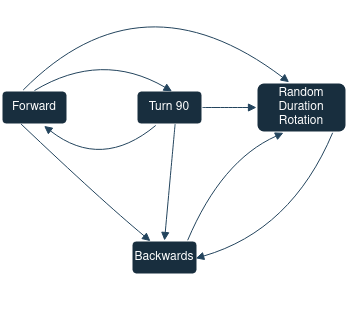
This is resources/imgs/fms.drawio.png from ioana-pasca/robotica_movil, a draw.io export, as it was before one commit. Source tidied: cells renumbered, new cells last; positions are measured from the earlier drawing's top-left corner, leaving out a move shared by most shapes.
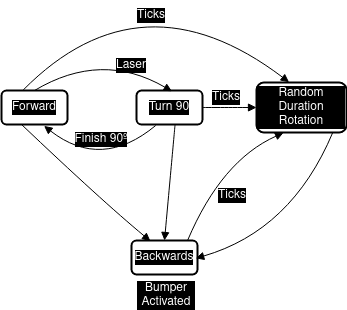
Later version of the same file.

The edit, as a diff of the source:
```diff
@@ -2,82 +2,82 @@
   <root>
     <mxCell id="0" />
     <mxCell id="1" parent="0" />
-    <mxCell id="2" value="Forward" style="whiteSpace=wrap;strokeWidth=2;rounded=1;labelBackgroundColor=none;fillColor=#182E3E;strokeColor=#FFFFFF;fontColor=#FFFFFF;" parent="1" vertex="1">
+    <mxCell id="2" value="Forward" style="whiteSpace=wrap;strokeWidth=2;rounded=1;labelBackgroundColor=#000000;labelBorderColor=none;fontColor=#FFFFFF;" parent="1" vertex="1">
       <mxGeometry y="120" width="66" height="34" as="geometry" />
     </mxCell>
-    <mxCell id="3" value="Backwards" style="whiteSpace=wrap;strokeWidth=2;rounded=1;labelBackgroundColor=none;fillColor=#182E3E;strokeColor=#FFFFFF;fontColor=#FFFFFF;" parent="1" vertex="1">
+    <mxCell id="3" value="Backwards" style="whiteSpace=wrap;strokeWidth=2;rounded=1;labelBackgroundColor=#000000;labelBorderColor=none;fontColor=#FFFFFF;" parent="1" vertex="1">
       <mxGeometry x="130" y="270" width="66" height="34" as="geometry" />
     </mxCell>
-    <mxCell id="4" value="Turn 90" style="whiteSpace=wrap;strokeWidth=2;rounded=1;labelBackgroundColor=none;fillColor=#182E3E;strokeColor=#FFFFFF;fontColor=#FFFFFF;" parent="1" vertex="1">
+    <mxCell id="4" value="Turn 90" style="whiteSpace=wrap;strokeWidth=2;rounded=1;labelBackgroundColor=#000000;labelBorderColor=none;fontColor=#FFFFFF;" parent="1" vertex="1">
       <mxGeometry x="135" y="120" width="66" height="34" as="geometry" />
     </mxCell>
-    <mxCell id="5" value="Random Duration Rotation" style="whiteSpace=wrap;strokeWidth=2;rounded=1;labelBackgroundColor=none;fillColor=#182E3E;strokeColor=#FFFFFF;fontColor=#FFFFFF;" parent="1" vertex="1">
+    <mxCell id="5" value="Random Duration Rotation" style="whiteSpace=wrap;strokeWidth=2;rounded=1;labelBackgroundColor=#000000;labelBorderColor=none;fontColor=#FFFFFF;" parent="1" vertex="1">
       <mxGeometry x="255" y="112" width="90" height="50" as="geometry" />
     </mxCell>
-    <mxCell id="6" style="curved=1;startArrow=none;endArrow=block;exitX=0.297;exitY=0.988;entryX=0.287;entryY=0.018;entryDx=0;entryDy=0;entryPerimeter=0;exitDx=0;exitDy=0;exitPerimeter=0;labelBackgroundColor=none;strokeColor=#23445D;fontColor=default;" parent="1" edge="1" source="2" target="3">
+    <mxCell id="6" style="curved=1;startArrow=none;endArrow=block;exitX=0.297;exitY=0.988;entryX=0.287;entryY=0.018;entryDx=0;entryDy=0;entryPerimeter=0;exitDx=0;exitDy=0;exitPerimeter=0;labelBackgroundColor=#000000;fontColor=#FFFFFF;labelBorderColor=none;" parent="1" edge="1" source="2" target="3">
       <mxGeometry relative="1" as="geometry">
         <Array as="points">
           <mxPoint x="100" y="230" />
         </Array>
       </mxGeometry>
     </mxCell>
-    <mxCell id="7" style="curved=1;startArrow=none;endArrow=block;exitX=0.5;exitY=0;entryX=0.538;entryY=0.023;exitDx=0;exitDy=0;entryDx=0;entryDy=0;entryPerimeter=0;fontStyle=1;labelBackgroundColor=none;strokeColor=#23445D;fontColor=default;" parent="1" edge="1" source="2" target="4">
+    <mxCell id="7" style="curved=1;startArrow=none;endArrow=block;exitX=0.5;exitY=0;entryX=0.538;entryY=0.023;exitDx=0;exitDy=0;entryDx=0;entryDy=0;entryPerimeter=0;fontStyle=1;labelBackgroundColor=#000000;fontColor=#FFFFFF;labelBorderColor=none;" parent="1" edge="1" source="2" target="4">
       <mxGeometry relative="1" as="geometry">
         <Array as="points">
           <mxPoint x="100" y="80" />
         </Array>
       </mxGeometry>
     </mxCell>
-    <mxCell id="8" value="Laser" style="text;html=1;strokeColor=none;fillColor=none;align=center;verticalAlign=middle;whiteSpace=wrap;rounded=0;labelBackgroundColor=none;fontColor=#FFFFFF;" parent="1" vertex="1">
+    <mxCell id="8" value="Laser" style="text;html=1;strokeColor=none;fillColor=none;align=center;verticalAlign=middle;whiteSpace=wrap;rounded=0;labelBackgroundColor=#000000;labelBorderColor=none;fontColor=#FFFFFF;" parent="1" vertex="1">
       <mxGeometry x="100" y="80" width="60" height="30" as="geometry" />
     </mxCell>
-    <mxCell id="9" style="curved=1;startArrow=none;endArrow=block;exitX=0.585;exitY=0.988;entryX=0.5;entryY=0;exitDx=0;exitDy=0;entryDx=0;entryDy=0;exitPerimeter=0;labelBackgroundColor=none;strokeColor=#23445D;fontColor=default;" parent="1" edge="1" source="4" target="3">
+    <mxCell id="9" style="curved=1;startArrow=none;endArrow=block;exitX=0.585;exitY=0.988;entryX=0.5;entryY=0;exitDx=0;exitDy=0;entryDx=0;entryDy=0;exitPerimeter=0;labelBackgroundColor=#000000;fontColor=#FFFFFF;labelBorderColor=none;" parent="1" edge="1" source="4" target="3">
       <mxGeometry relative="1" as="geometry" />
     </mxCell>
-    <mxCell id="10" style="curved=1;startArrow=none;endArrow=block;exitX=0.846;exitY=1.006;entryX=0.973;entryY=0.525;entryDx=0;entryDy=0;entryPerimeter=0;exitDx=0;exitDy=0;exitPerimeter=0;labelBackgroundColor=none;strokeColor=#23445D;fontColor=default;" parent="1" edge="1" source="5" target="3">
+    <mxCell id="10" style="curved=1;startArrow=none;endArrow=block;exitX=0.846;exitY=1.006;entryX=0.973;entryY=0.525;entryDx=0;entryDy=0;entryPerimeter=0;exitDx=0;exitDy=0;exitPerimeter=0;labelBackgroundColor=#000000;fontColor=#FFFFFF;labelBorderColor=none;" parent="1" edge="1" source="5" target="3">
       <mxGeometry relative="1" as="geometry">
         <Array as="points">
           <mxPoint x="290" y="260" />
         </Array>
       </mxGeometry>
     </mxCell>
-    <mxCell id="11" style="curved=1;startArrow=none;endArrow=block;exitX=0.291;exitY=1.029;entryX=0.645;entryY=1.042;exitDx=0;exitDy=0;entryDx=0;entryDy=0;exitPerimeter=0;entryPerimeter=0;labelBackgroundColor=none;strokeColor=#23445D;fontColor=default;" parent="1" edge="1" source="4" target="2">
+    <mxCell id="11" style="curved=1;startArrow=none;endArrow=block;exitX=0.291;exitY=1.029;entryX=0.645;entryY=1.042;exitDx=0;exitDy=0;entryDx=0;entryDy=0;exitPerimeter=0;entryPerimeter=0;labelBackgroundColor=#000000;fontColor=#FFFFFF;labelBorderColor=none;" parent="1" edge="1" source="4" target="2">
       <mxGeometry relative="1" as="geometry">
         <Array as="points">
           <mxPoint x="100" y="200" />
         </Array>
       </mxGeometry>
     </mxCell>
-    <mxCell id="12" value="Finish 90º" style="text;html=1;strokeColor=none;fillColor=none;align=center;verticalAlign=middle;whiteSpace=wrap;rounded=0;labelBackgroundColor=none;fontColor=#FFFFFF;" parent="1" vertex="1">
+    <mxCell id="12" value="Finish 90º" style="text;html=1;strokeColor=none;fillColor=none;align=center;verticalAlign=middle;whiteSpace=wrap;rounded=0;labelBackgroundColor=#000000;labelBorderColor=none;fontColor=#FFFFFF;" parent="1" vertex="1">
       <mxGeometry x="70" y="154" width="60" height="30" as="geometry" />
     </mxCell>
-    <mxCell id="13" value="Bumper Activated" style="text;html=1;strokeColor=none;fillColor=none;align=center;verticalAlign=middle;whiteSpace=wrap;rounded=0;labelBackgroundColor=none;fontColor=#FFFFFF;" parent="1" vertex="1">
+    <mxCell id="13" value="Bumper Activated" style="text;html=1;strokeColor=none;fillColor=none;align=center;verticalAlign=middle;whiteSpace=wrap;rounded=0;labelBackgroundColor=#000000;labelBorderColor=none;fontColor=#FFFFFF;" parent="1" vertex="1">
       <mxGeometry x="135" y="310" width="60" height="30" as="geometry" />
     </mxCell>
-    <mxCell id="14" style="curved=1;startArrow=none;endArrow=block;exitX=0.851;exitY=-0.007;entryX=0.3;entryY=1.006;exitDx=0;exitDy=0;entryDx=0;entryDy=0;exitPerimeter=0;entryPerimeter=0;labelBackgroundColor=none;strokeColor=#23445D;fontColor=default;" parent="1" edge="1" source="3" target="5">
+    <mxCell id="14" style="curved=1;startArrow=none;endArrow=block;exitX=0.851;exitY=-0.007;entryX=0.3;entryY=1.006;exitDx=0;exitDy=0;entryDx=0;entryDy=0;exitPerimeter=0;entryPerimeter=0;labelBackgroundColor=#000000;fontColor=#FFFFFF;labelBorderColor=none;" parent="1" edge="1" source="3" target="5">
       <mxGeometry relative="1" as="geometry">
         <Array as="points">
           <mxPoint x="220" y="190" />
         </Array>
       </mxGeometry>
     </mxCell>
-    <mxCell id="15" value="Ticks" style="text;html=1;strokeColor=none;fillColor=none;align=center;verticalAlign=middle;whiteSpace=wrap;rounded=0;labelBackgroundColor=none;fontColor=#FFFFFF;" parent="1" vertex="1">
+    <mxCell id="15" value="Ticks" style="text;html=1;strokeColor=none;fillColor=none;align=center;verticalAlign=middle;whiteSpace=wrap;rounded=0;labelBackgroundColor=#000000;labelBorderColor=none;fontColor=#FFFFFF;" parent="1" vertex="1">
       <mxGeometry x="201" y="210" width="60" height="30" as="geometry" />
     </mxCell>
-    <mxCell id="16" style="curved=1;startArrow=none;endArrow=block;exitX=0.329;exitY=-0.015;entryX=0.362;entryY=-0.006;exitDx=0;exitDy=0;entryDx=0;entryDy=0;exitPerimeter=0;entryPerimeter=0;labelBackgroundColor=none;strokeColor=#23445D;fontColor=default;" parent="1" edge="1" source="2" target="5">
+    <mxCell id="16" style="curved=1;startArrow=none;endArrow=block;exitX=0.329;exitY=-0.015;entryX=0.362;entryY=-0.006;exitDx=0;exitDy=0;entryDx=0;entryDy=0;exitPerimeter=0;entryPerimeter=0;labelBackgroundColor=#000000;fontColor=#FFFFFF;labelBorderColor=none;" parent="1" edge="1" source="2" target="5">
       <mxGeometry relative="1" as="geometry">
         <Array as="points">
           <mxPoint x="140" />
         </Array>
       </mxGeometry>
     </mxCell>
-    <mxCell id="17" value="Ticks" style="text;html=1;strokeColor=none;fillColor=none;align=center;verticalAlign=middle;whiteSpace=wrap;rounded=0;labelBackgroundColor=none;fontColor=#FFFFFF;" parent="1" vertex="1">
+    <mxCell id="17" value="Ticks" style="text;html=1;strokeColor=none;fillColor=none;align=center;verticalAlign=middle;whiteSpace=wrap;rounded=0;labelBackgroundColor=#000000;labelBorderColor=none;fontColor=#FFFFFF;" parent="1" vertex="1">
       <mxGeometry x="120" y="30" width="60" height="30" as="geometry" />
     </mxCell>
-    <mxCell id="18" style="curved=1;startArrow=none;endArrow=block;exitX=1;exitY=0.5;entryX=0;entryY=0.5;exitDx=0;exitDy=0;entryDx=0;entryDy=0;labelBackgroundColor=none;strokeColor=#23445D;fontColor=default;" parent="1" edge="1" source="4" target="5">
+    <mxCell id="18" style="curved=1;startArrow=none;endArrow=block;exitX=1;exitY=0.5;entryX=0;entryY=0.5;exitDx=0;exitDy=0;entryDx=0;entryDy=0;labelBackgroundColor=#000000;fontColor=#FFFFFF;labelBorderColor=none;" parent="1" edge="1" source="4" target="5">
       <mxGeometry relative="1" as="geometry" />
     </mxCell>
-    <mxCell id="19" value="Ticks" style="text;html=1;strokeColor=none;fillColor=none;align=center;verticalAlign=middle;whiteSpace=wrap;rounded=0;labelBackgroundColor=none;fontColor=#FFFFFF;" parent="1" vertex="1">
+    <mxCell id="19" value="Ticks" style="text;html=1;strokeColor=none;fillColor=none;align=center;verticalAlign=middle;whiteSpace=wrap;rounded=0;labelBackgroundColor=#000000;labelBorderColor=none;fontColor=#FFFFFF;" parent="1" vertex="1">
       <mxGeometry x="195" y="112" width="60" height="30" as="geometry" />
     </mxCell>
   </root>
```
